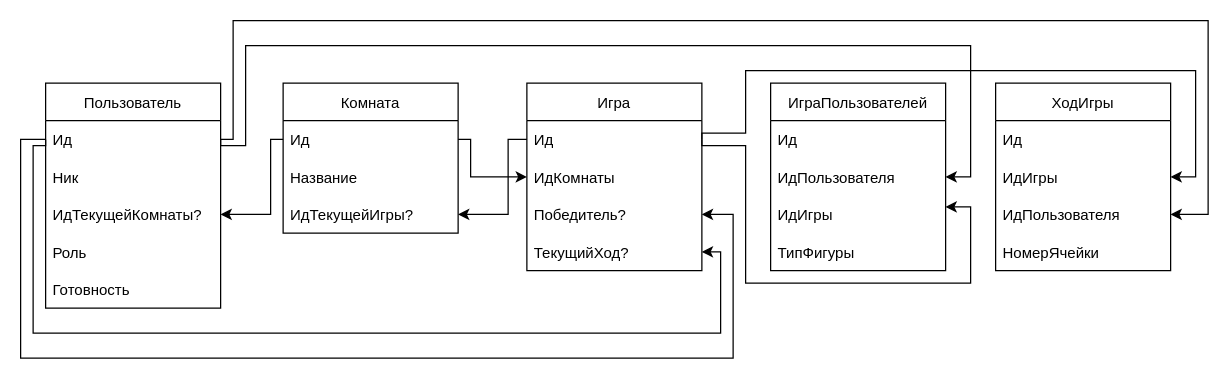
chuvakov/Xogame keeps this draw.io diagram as XOgame.drawio. Above is the earlier version. Source tidied: cells renumbered, new cells numbered last; positions are measured from the earlier drawing's top-left corner, leaving out a move shared by most shapes. Both pictures are drawn from the tidied source at 125%, with x=0, y=0 at pixel (20, 20).
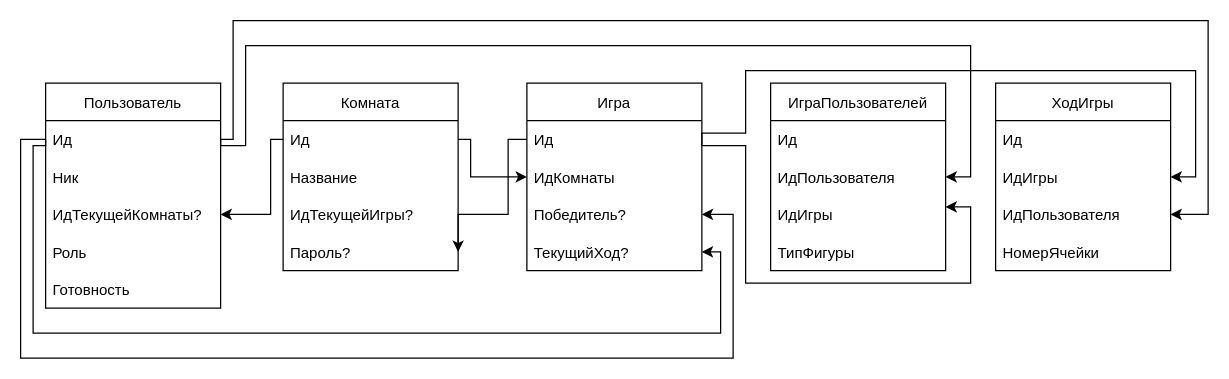
The same diagram, later.

Change to the diagram source:
```diff
@@
     <mxCell id="8" value="Комната" style="swimlane;fontStyle=0;horizontal=1;startSize=30;" parent="1" vertex="1">
-      <mxGeometry x="210" y="50" width="140" height="120" as="geometry" />
+      <mxGeometry x="210" y="50" width="140" height="150" as="geometry" />
     </mxCell>
@@
+    <mxCell id="36" value="ИдТекущейИгры?" style="text;strokeColor=none;fillColor=none;align=left;verticalAlign=middle;spacingLeft=4;spacingRight=4;overflow=hidden;" parent="8" vertex="1">
+      <mxGeometry y="90" width="140" height="30" as="geometry" />
+    </mxCell>
-    <mxCell id="11" value="ИдТекущейИгры?" style="text;strokeColor=none;fillColor=none;align=left;verticalAlign=middle;spacingLeft=4;spacingRight=4;overflow=hidden;points=[[0,0.5],[1,0.5]];portConstraint=eastwest;" parent="8" vertex="1">
-      <mxGeometry y="90" width="140" height="30" as="geometry" />
+    <mxCell id="11" value="Пароль?" style="text;strokeColor=none;fillColor=none;align=left;verticalAlign=middle;spacingLeft=4;spacingRight=4;overflow=hidden;points=[[0,0.5],[1,0.5]];portConstraint=eastwest;" parent="8" vertex="1">
+      <mxGeometry y="120" width="140" height="30" as="geometry" />
     </mxCell>
```
